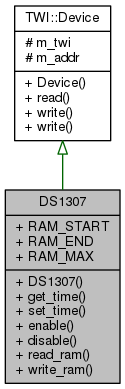
This is Arduino-TWI/d4/d35/classDS1307__inherit__graph.png from mikaelpatel/mikaelpatel.github.io, a Graphviz export, as it was before one commit. Its source is kept beside it as Arduino-TWI/d4/d35/classDS1307__inherit__graph.dot.
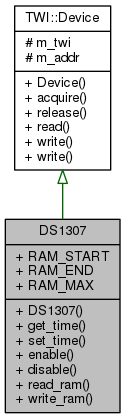
After the commit.

Change to the diagram source:
```diff
@@ -4,5 +4,5 @@
   node [fontname="Helvetica",fontsize="10",shape=record];
   Node1 [label="{DS1307\n|+ RAM_START\l+ RAM_END\l+ RAM_MAX\l|+ DS1307()\l+ get_time()\l+ set_time()\l+ enable()\l+ disable()\l+ read_ram()\l+ write_ram()\l}",height=0.2,width=0.4,color="black", fillcolor="grey75", style="filled", fontcolor="black"];
   Node2 -> Node1 [dir="back",color="darkgreen",fontsize="10",style="solid",arrowtail="onormal",fontname="Helvetica"];
-  Node2 [label="{TWI::Device\n|# m_twi\l# m_addr\l|+ Device()\l+ read()\l+ write()\l+ write()\l}",height=0.2,width=0.4,color="black", fillcolor="white", style="filled",URL="$d4/d2d/classTWI_1_1Device.html"];
+  Node2 [label="{TWI::Device\n|# m_twi\l# m_addr\l|+ Device()\l+ acquire()\l+ release()\l+ read()\l+ write()\l+ write()\l}",height=0.2,width=0.4,color="black", fillcolor="white", style="filled",URL="$d4/d2d/classTWI_1_1Device.html"];
 }
```
